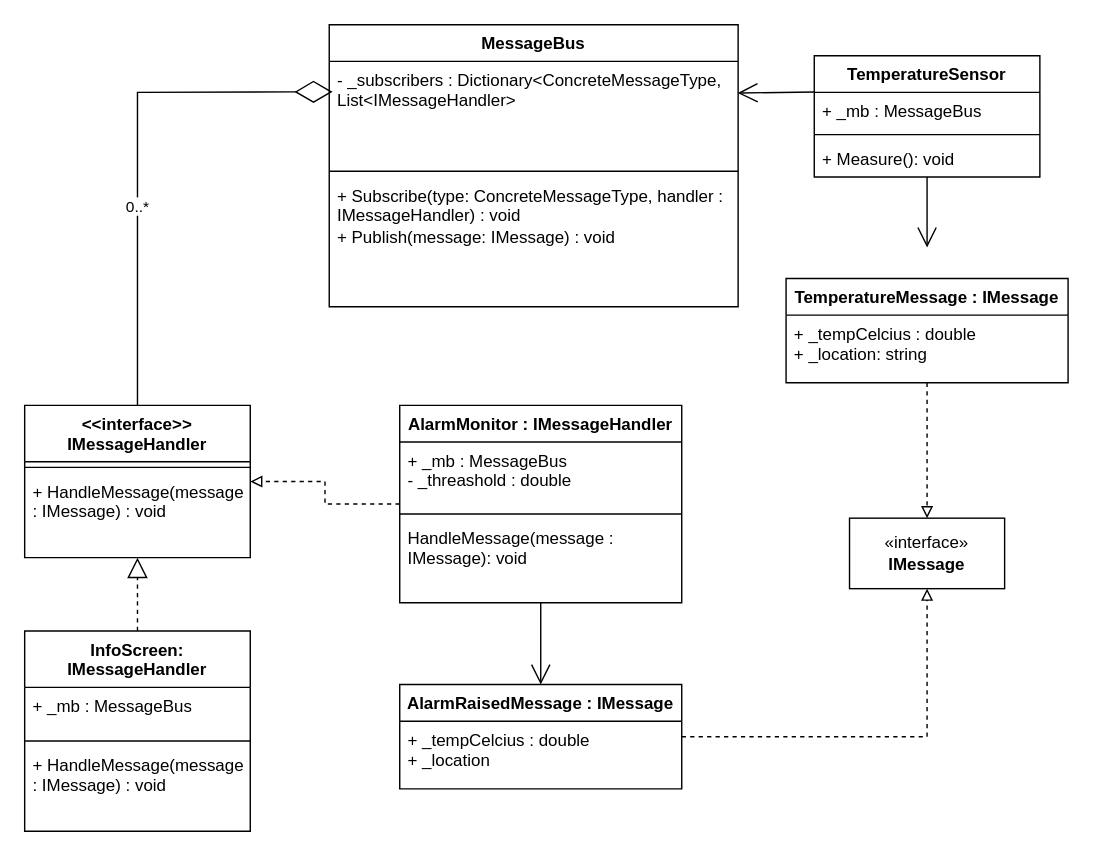
Earlier version of the draw.io diagram page "Example Class Diagram" (2 of 2) of message_bus_generic_and_examples.drawio (peterma-git/SW4SWD-DesignPatternsAssignment-Group16-message-bus-vs-project). Source tidied: cells renumbered, new cells numbered last; positions are measured from the earlier drawing's top-left corner, leaving out a move shared by most shapes. Both pictures are drawn from the tidied source at 141%, with x=0, y=0 at pixel (24, 24).
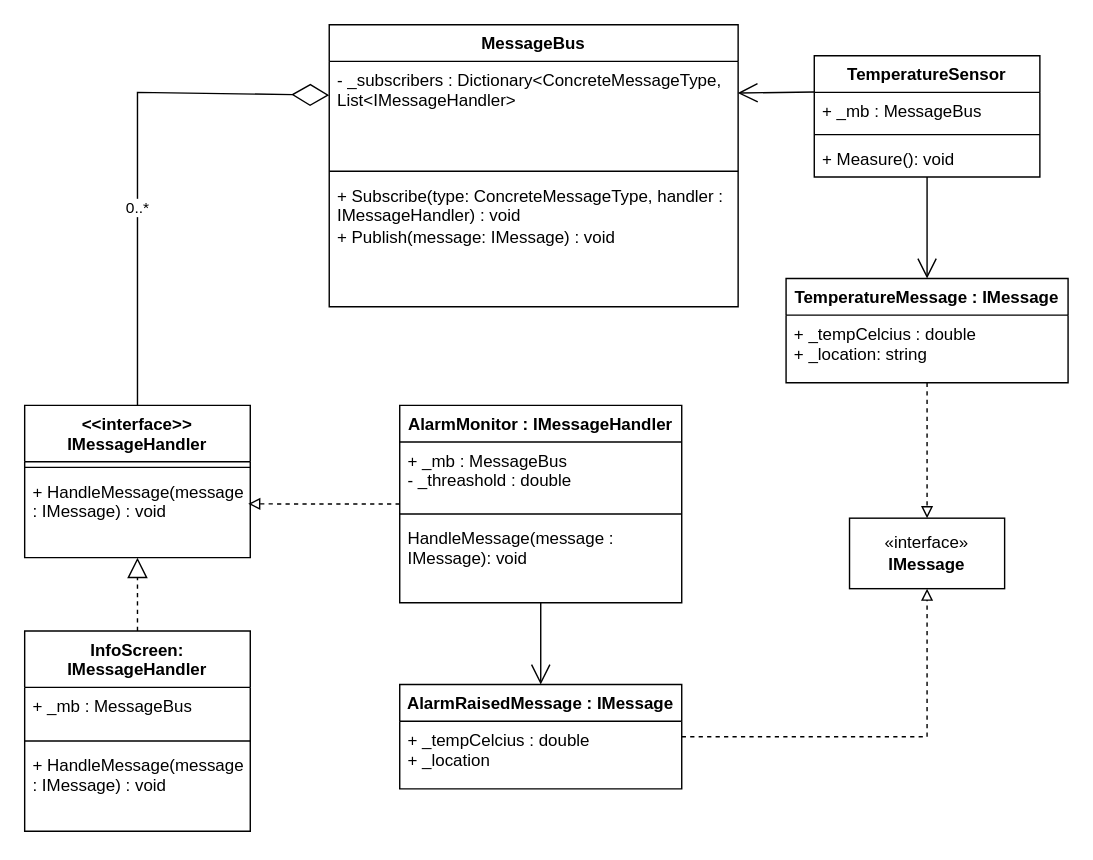
Above is the later version.

Commit message (it also covers changes not shown here):
minor changes example uml

Unchanged cells that the change refers to:
```xml
<mxCell id="2" value="MessageBus" style="swimlane;fontStyle=1;align=center;verticalAlign=top;horizontal=1;startSize=26;whiteSpace=wrap;html=1;" parent="1" vertex="1">
  <mxGeometry x="216" width="290" height="200" as="geometry" />
</mxCell>
<mxCell id="3" value="- _subscribers : Dictionary&amp;lt;ConcreteMessageType, List&amp;lt;IMessageHandler&amp;gt;&amp;nbsp;" style="text;strokeColor=none;fillColor=none;align=left;verticalAlign=top;spacingLeft=4;spacingRight=4;overflow=hidden;points=[[0,0.5],[1,0.5]];portConstraint=eastwest;whiteSpace=wrap;html=1;" parent="2" vertex="1">
  <mxGeometry y="26" width="290" height="74" as="geometry" />
</mxCell>
<mxCell id="6" value="&lt;div&gt;&amp;lt;&amp;lt;interface&amp;gt;&amp;gt;&lt;/div&gt;&lt;div&gt;IMessageHandler&lt;/div&gt;" style="swimlane;fontStyle=1;align=center;verticalAlign=top;horizontal=1;startSize=40;whiteSpace=wrap;html=1;" parent="1" vertex="1">
  <mxGeometry y="270" width="160" height="108" as="geometry" />
</mxCell>
<mxCell id="8" value="+ HandleMessage(message : IMessage) : void" style="text;strokeColor=none;fillColor=none;align=left;verticalAlign=top;spacingLeft=4;spacingRight=4;overflow=hidden;points=[[0,0.5],[1,0.5]];portConstraint=eastwest;whiteSpace=wrap;html=1;" parent="6" vertex="1">
  <mxGeometry y="48" width="160" height="60" as="geometry" />
</mxCell>
<mxCell id="19" value="TemperatureMessage : IMessage" style="swimlane;fontStyle=1;horizontal=1;startSize=26;align=center;fontSize=12;" parent="1" vertex="1">
  <mxGeometry x="540" y="180" width="200" height="74" as="geometry" />
</mxCell>
<mxCell id="22" value="TemperatureSensor" style="swimlane;fontStyle=1;align=center;verticalAlign=top;horizontal=1;startSize=26;whiteSpace=wrap;html=1;" parent="1" vertex="1">
  <mxGeometry x="560" y="22" width="160" height="86" as="geometry" />
</mxCell>
<mxCell id="31" value="AlarmMonitor : IMessageHandler" style="swimlane;fontStyle=1;align=center;verticalAlign=top;horizontal=1;startSize=26;whiteSpace=wrap;html=1;" parent="1" vertex="1">
  <mxGeometry x="266" y="270" width="200" height="140" as="geometry" />
</mxCell>
```

What changed in the source:
```diff
@@
-    <mxCell id="14" style="endArrow=diamondThin;endFill=0;endSize=24;html=1;rounded=0;defaultLabelBackgroundColor=page;exitX=0.5;exitY=0;exitDx=0;exitDy=0;entryX=0.008;entryY=0.292;entryDx=0;entryDy=0;entryPerimeter=0;" parent="1" edge="1" source="6" target="3">
+    <mxCell id="14" style="endArrow=diamondThin;endFill=0;endSize=24;html=1;rounded=0;defaultLabelBackgroundColor=page;exitX=0.5;exitY=0;exitDx=0;exitDy=0;entryX=0;entryY=0.25;entryDx=0;entryDy=0;" parent="1" edge="1" source="6" target="2">
       <mxGeometry x="-0.02" relative="1" as="geometry">
         <Array as="points">
           <mxPoint x="80" y="48" />
         </Array>
       </mxGeometry>
     </mxCell>
@@
-    <mxCell id="16" style="endArrow=open;endFill=1;endSize=12;html=1;rounded=0;defaultLabelBackgroundColor=page;" parent="1" edge="1" source="22">
-      <mxGeometry relative="1" as="geometry">
-        <mxPoint x="640" y="158" as="targetPoint" />
-      </mxGeometry>
+    <mxCell id="16" style="endArrow=open;endFill=1;endSize=12;html=1;rounded=0;defaultLabelBackgroundColor=page;entryX=0.5;entryY=0;entryDx=0;entryDy=0;" parent="1" edge="1" source="22" target="19">
+      <mxGeometry relative="1" as="geometry" />
     </mxCell>
@@
-    <mxCell id="30" style="edgeStyle=orthogonalEdgeStyle;rounded=0;jettySize=auto;html=1;defaultLabelBackgroundColor=page;dashed=1;endArrow=block;endFill=0;" parent="1" edge="1" source="31" target="6">
-      <mxGeometry relative="1" as="geometry" />
+    <mxCell id="30" style="edgeStyle=orthogonalEdgeStyle;rounded=0;jettySize=auto;html=1;defaultLabelBackgroundColor=page;dashed=1;endArrow=block;endFill=0;exitX=0;exitY=0.5;exitDx=0;exitDy=0;entryX=0.991;entryY=0.364;entryDx=0;entryDy=0;entryPerimeter=0;" parent="1" edge="1" source="31" target="8">
+      <mxGeometry x="0.08" relative="1" as="geometry" />
     </mxCell>
```
